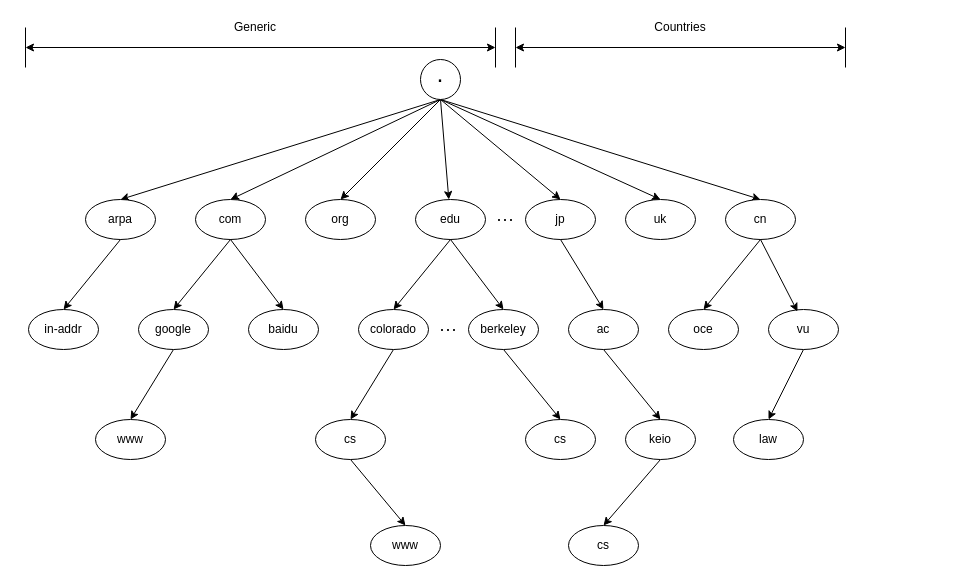
Before: dns.drawio in ctimbai/draw.io, a draw.io diagram. Source tidied: cells renumbered, new cells numbered last; positions are measured from the earlier drawing's top-left corner, leaving out a move shared by most shapes. Both pictures are drawn from the tidied source at 100%, with x=0, y=0 at pixel (25, 17).
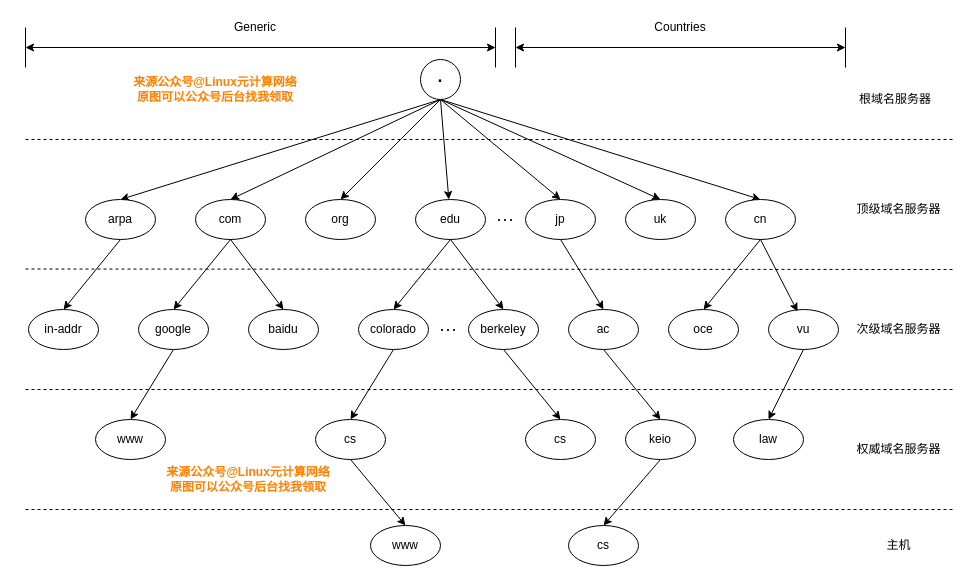
The same page after the edit.

Diff of the diagram source:
```diff
@@
+    <mxCell id="58" style="endArrow=none;dashed=1;html=1;" parent="1" edge="1">
+      <mxGeometry relative="1" as="geometry">
+        <mxPoint y="122" as="sourcePoint" />
+        <mxPoint x="930" y="122" as="targetPoint" />
+      </mxGeometry>
+    </mxCell>
+    <mxCell id="59" style="endArrow=none;dashed=1;html=1;" parent="1" edge="1">
+      <mxGeometry relative="1" as="geometry">
+        <mxPoint y="251.5" as="sourcePoint" />
+        <mxPoint x="930" y="252" as="targetPoint" />
+      </mxGeometry>
+    </mxCell>
+    <mxCell id="60" style="endArrow=none;dashed=1;html=1;" parent="1" edge="1">
+      <mxGeometry relative="1" as="geometry">
+        <mxPoint y="372" as="sourcePoint" />
+        <mxPoint x="930" y="372" as="targetPoint" />
+      </mxGeometry>
+    </mxCell>
+    <mxCell id="61" style="endArrow=none;dashed=1;html=1;" parent="1" edge="1">
+      <mxGeometry relative="1" as="geometry">
+        <mxPoint y="492" as="sourcePoint" />
+        <mxPoint x="930" y="492" as="targetPoint" />
+      </mxGeometry>
+    </mxCell>
+    <mxCell id="62" value="根域名服务器" style="text;html=1;strokeColor=none;fillColor=none;align=center;verticalAlign=middle;whiteSpace=wrap;rounded=0;" parent="1" vertex="1">
+      <mxGeometry x="830" y="72" width="80" height="20" as="geometry" />
+    </mxCell>
+    <mxCell id="63" value="顶级域名服务器" style="text;html=1;strokeColor=none;fillColor=none;align=center;verticalAlign=middle;whiteSpace=wrap;rounded=0;" parent="1" vertex="1">
+      <mxGeometry x="830" y="182" width="87" height="20" as="geometry" />
+    </mxCell>
+    <mxCell id="64" value="次级域名服务器" style="text;html=1;strokeColor=none;fillColor=none;align=center;verticalAlign=middle;whiteSpace=wrap;rounded=0;" parent="1" vertex="1">
+      <mxGeometry x="830" y="302" width="87" height="20" as="geometry" />
+    </mxCell>
+    <mxCell id="65" value="权威域名服务器" style="text;html=1;strokeColor=none;fillColor=none;align=center;verticalAlign=middle;whiteSpace=wrap;rounded=0;" parent="1" vertex="1">
+      <mxGeometry x="830" y="422" width="87" height="20" as="geometry" />
+    </mxCell>
+    <mxCell id="66" value="主机" style="text;html=1;strokeColor=none;fillColor=none;align=center;verticalAlign=middle;whiteSpace=wrap;rounded=0;" parent="1" vertex="1">
+      <mxGeometry x="830" y="518" width="87" height="20" as="geometry" />
+    </mxCell>
+    <mxCell id="67" value="&lt;font color=&quot;#ff8000&quot;&gt;&lt;b&gt;来源公众号@Linux元计算网络&lt;br&gt;原图可以公众号后台找我领取&lt;br&gt;&lt;/b&gt;&lt;/font&gt;" style="text;html=1;strokeColor=none;fillColor=none;align=center;verticalAlign=middle;whiteSpace=wrap;rounded=0;" parent="1" vertex="1">
+      <mxGeometry x="105" y="62" width="170" height="20" as="geometry" />
+    </mxCell>
+    <mxCell id="68" value="&lt;font color=&quot;#ff8000&quot;&gt;&lt;b&gt;来源公众号@Linux元计算网络&lt;br&gt;原图可以公众号后台找我领取&lt;br&gt;&lt;/b&gt;&lt;/font&gt;" style="text;html=1;strokeColor=none;fillColor=none;align=center;verticalAlign=middle;whiteSpace=wrap;rounded=0;" parent="1" vertex="1">
+      <mxGeometry x="138" y="452" width="170" height="20" as="geometry" />
+    </mxCell>
```
